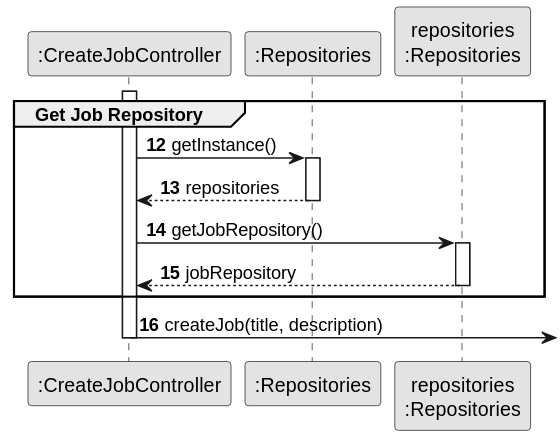
Above: docs/sprintB/us002/03.design/svg/us002-sequence-diagram-partial-get-job-repository.svg in ricardomm7/leaflink (PlantUML), before the change.
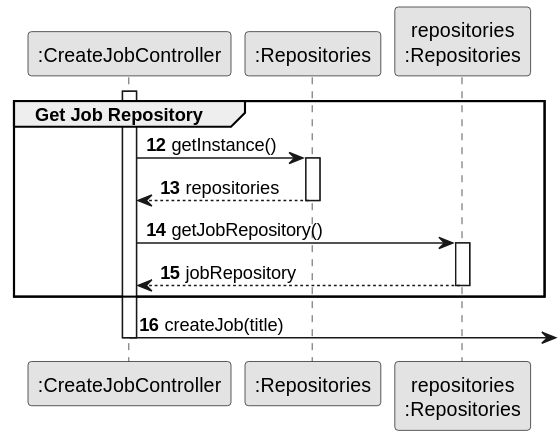
The same diagram one commit later.

The edit, as a diff of the source:
```diff
@@ -23,6 +23,6 @@
 
 
 end
-CTRL ->  : createJob(title, description)
+CTRL ->  : createJob(title)
 deactivate CTRL
 @enduml
```
